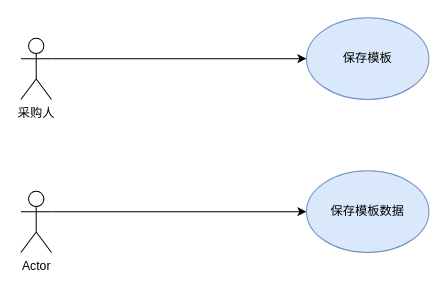
The draw.io diagram page "调研子平台模板" (1 of 2) of 调研子平台模板.drawio in wenbojob/drawio, before the edit. Source tidied: cells renumbered, new cells numbered last; positions are measured from the earlier drawing's top-left corner, leaving out a move shared by most shapes. Both pictures are drawn from the tidied source at 102%, with x=0, y=0 at pixel (20, 17).
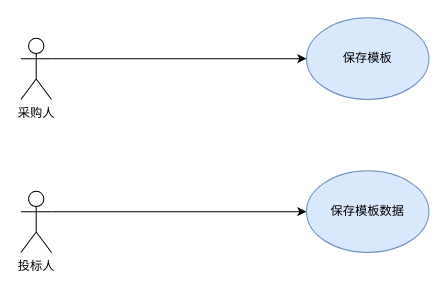
After the change.

Commit message (it also covers changes not shown here):
Update 调研子平台模板.drawio

What changed in the source:
```diff
@@
 <mxGraphModel>
   <root>
     <mxCell id="0" />
     <mxCell id="1" parent="0" />
     <mxCell id="2" value="采购人" style="shape=umlActor;verticalLabelPosition=bottom;verticalAlign=top;html=1;outlineConnect=0;" parent="1" vertex="1">
       <mxGeometry y="20" width="30" height="60" as="geometry" />
     </mxCell>
     <mxCell id="3" value="保存模板" style="ellipse;whiteSpace=wrap;html=1;fillColor=#dae8fc;strokeColor=#6c8ebf;" parent="1" vertex="1">
       <mxGeometry x="280" width="120" height="80" as="geometry" />
     </mxCell>
     <mxCell id="4" value="保存模板数据" style="ellipse;whiteSpace=wrap;html=1;fillColor=#dae8fc;strokeColor=#6c8ebf;" parent="1" vertex="1">
       <mxGeometry x="280" y="150" width="120" height="80" as="geometry" />
     </mxCell>
     <mxCell id="5" style="endArrow=classic;html=1;rounded=0;exitX=1;exitY=0.3333333333333333;exitDx=0;exitDy=0;exitPerimeter=0;entryX=0;entryY=0.5;entryDx=0;entryDy=0;" parent="1" edge="1" source="2" target="3">
       <mxGeometry relative="1" as="geometry" />
     </mxCell>
-    <mxCell id="6" value="Actor" style="shape=umlActor;verticalLabelPosition=bottom;verticalAlign=top;html=1;outlineConnect=0;" parent="1" vertex="1">
+    <mxCell id="6" value="投标人" style="shape=umlActor;verticalLabelPosition=bottom;verticalAlign=top;html=1;outlineConnect=0;" parent="1" vertex="1">
       <mxGeometry y="170" width="30" height="60" as="geometry" />
     </mxCell>
     <mxCell id="7" style="endArrow=classic;html=1;rounded=0;exitX=1;exitY=0.3333333333333333;exitDx=0;exitDy=0;exitPerimeter=0;entryX=0;entryY=0.5;entryDx=0;entryDy=0;" parent="1" edge="1" source="6" target="4">
       <mxGeometry relative="1" as="geometry" />
     </mxCell>
   </root>
 </mxGraphModel>
```
